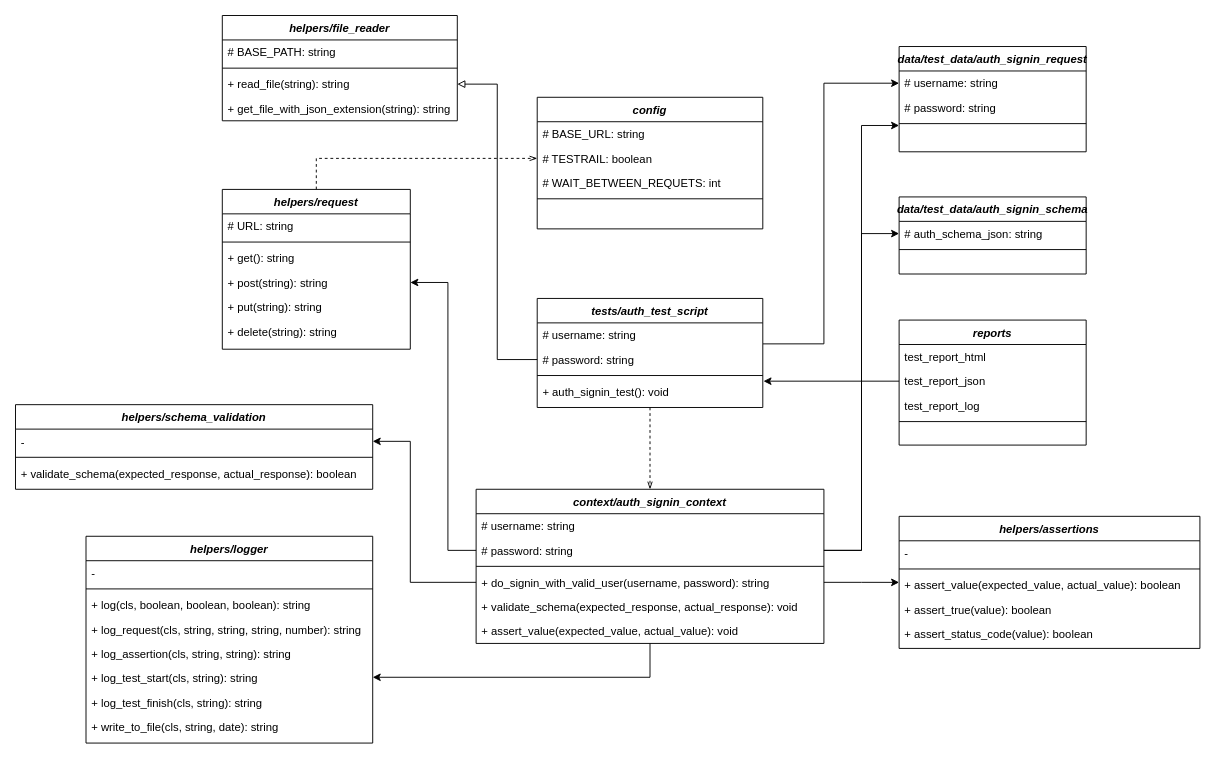
Before: Untitled Diagram.drawio in pravin79/CAFE-FOOD-HUB, a draw.io diagram. Source tidied: cells renumbered, new cells numbered last; positions are measured from the earlier drawing's top-left corner, leaving out a move shared by most shapes. Both pictures are drawn from the tidied source at 94%, with x=0, y=0 at pixel (15, 15).
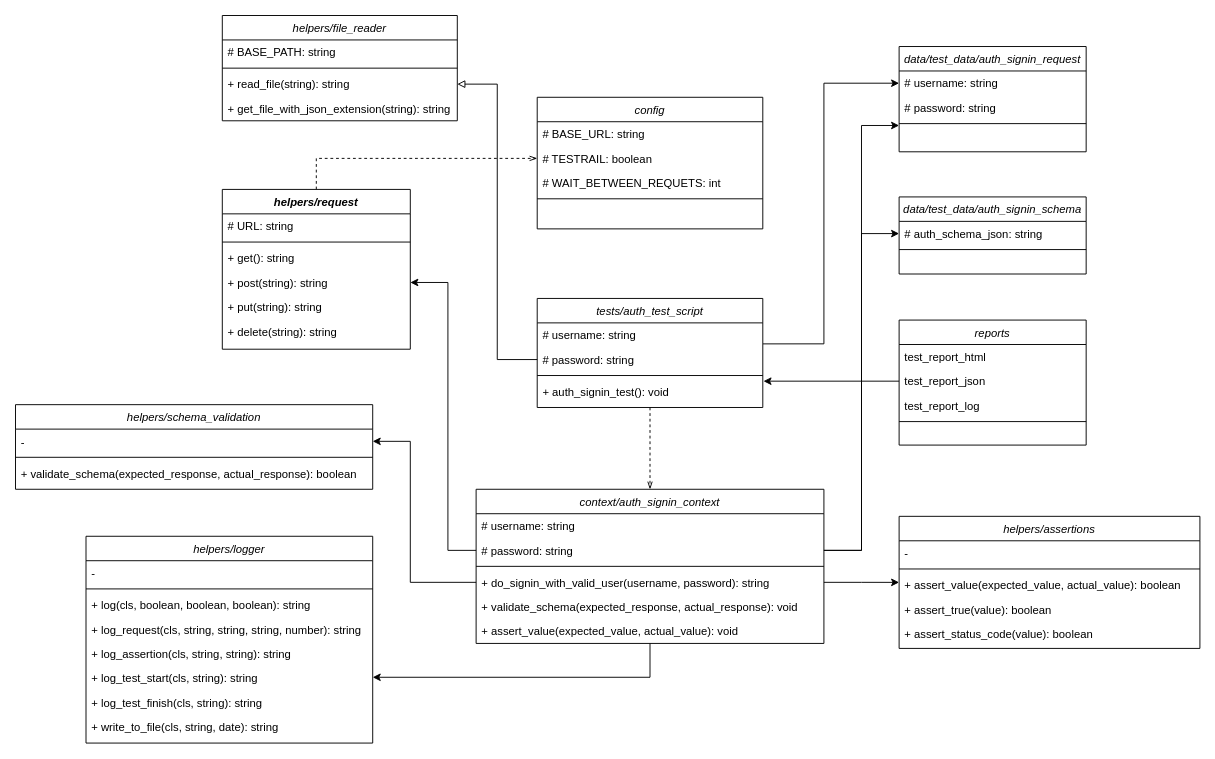
The same diagram, later.

What changed in the source:
```diff
@@
-    <mxCell id="2" value="config" style="swimlane;fontStyle=3;align=center;verticalAlign=top;horizontal=1;startSize=26;rounded=0;shadow=0;strokeWidth=1;" parent="1" vertex="1">
+    <mxCell id="2" value="config" style="swimlane;fontStyle=2;align=center;verticalAlign=top;horizontal=1;startSize=26;rounded=0;shadow=0;strokeWidth=1;" parent="1" vertex="1">
       <mxGeometry x="555" y="87" width="240" height="140" as="geometry" />
     </mxCell>
@@
-    <mxCell id="8" value="tests/auth_test_script" style="swimlane;fontStyle=3;align=center;verticalAlign=top;horizontal=1;startSize=26;rounded=0;shadow=0;strokeWidth=1;" parent="1" vertex="1">
+    <mxCell id="8" value="tests/auth_test_script" style="swimlane;fontStyle=2;align=center;verticalAlign=top;horizontal=1;startSize=26;rounded=0;shadow=0;strokeWidth=1;" parent="1" vertex="1">
       <mxGeometry x="555" y="301" width="240" height="116" as="geometry" />
     </mxCell>
@@
-    <mxCell id="21" value="helpers/logger" style="swimlane;fontStyle=3;align=center;verticalAlign=top;horizontal=1;startSize=26;rounded=0;shadow=0;strokeWidth=1;" parent="1" vertex="1">
+    <mxCell id="21" value="helpers/logger" style="swimlane;fontStyle=2;align=center;verticalAlign=top;horizontal=1;startSize=26;rounded=0;shadow=0;strokeWidth=1;" parent="1" vertex="1">
       <mxGeometry x="75" y="554" width="305" height="220" as="geometry" />
     </mxCell>
@@
-    <mxCell id="30" value="helpers/file_reader" style="swimlane;fontStyle=3;align=center;verticalAlign=top;horizontal=1;startSize=26;rounded=0;shadow=0;strokeWidth=1;" parent="1" vertex="1">
+    <mxCell id="30" value="helpers/file_reader" style="swimlane;fontStyle=2;align=center;verticalAlign=top;horizontal=1;startSize=26;rounded=0;shadow=0;strokeWidth=1;" parent="1" vertex="1">
       <mxGeometry x="220" width="250" height="112" as="geometry" />
     </mxCell>
@@
-    <mxCell id="35" value="data/test_data/auth_signin_request" style="swimlane;fontStyle=3;align=center;verticalAlign=top;horizontal=1;startSize=26;rounded=0;shadow=0;strokeWidth=1;" parent="1" vertex="1">
+    <mxCell id="35" value="data/test_data/auth_signin_request" style="swimlane;fontStyle=2;align=center;verticalAlign=top;horizontal=1;startSize=26;rounded=0;shadow=0;strokeWidth=1;" parent="1" vertex="1">
       <mxGeometry x="940" y="33" width="199" height="112" as="geometry" />
     </mxCell>
@@
-    <mxCell id="39" value="reports" style="swimlane;fontStyle=3;align=center;verticalAlign=top;horizontal=1;startSize=26;rounded=0;shadow=0;strokeWidth=1;" parent="1" vertex="1">
+    <mxCell id="39" value="reports" style="swimlane;fontStyle=2;align=center;verticalAlign=top;horizontal=1;startSize=26;rounded=0;shadow=0;strokeWidth=1;" parent="1" vertex="1">
       <mxGeometry x="940" y="324" width="199" height="133" as="geometry" />
     </mxCell>
@@
-    <mxCell id="44" value="data/test_data/auth_signin_schema" style="swimlane;fontStyle=3;align=center;verticalAlign=top;horizontal=1;startSize=26;rounded=0;shadow=0;strokeWidth=1;" parent="1" vertex="1">
+    <mxCell id="44" value="data/test_data/auth_signin_schema" style="swimlane;fontStyle=2;align=center;verticalAlign=top;horizontal=1;startSize=26;rounded=0;shadow=0;strokeWidth=1;" parent="1" vertex="1">
       <mxGeometry x="940" y="193" width="199" height="82" as="geometry" />
     </mxCell>
@@
-    <mxCell id="48" value="context/auth_signin_context" style="swimlane;fontStyle=3;align=center;verticalAlign=top;horizontal=1;startSize=26;rounded=0;shadow=0;strokeWidth=1;" parent="1" vertex="1">
+    <mxCell id="48" value="context/auth_signin_context" style="swimlane;fontStyle=2;align=center;verticalAlign=top;horizontal=1;startSize=26;rounded=0;shadow=0;strokeWidth=1;" parent="1" vertex="1">
       <mxGeometry x="490" y="504" width="370" height="164" as="geometry" />
     </mxCell>
@@
-    <mxCell id="57" value="helpers/assertions" style="swimlane;fontStyle=3;align=center;verticalAlign=top;horizontal=1;startSize=26;rounded=0;shadow=0;strokeWidth=1;" parent="1" vertex="1">
+    <mxCell id="57" value="helpers/assertions" style="swimlane;fontStyle=2;align=center;verticalAlign=top;horizontal=1;startSize=26;rounded=0;shadow=0;strokeWidth=1;" parent="1" vertex="1">
       <mxGeometry x="940" y="532.8" width="320" height="140.5" as="geometry" />
     </mxCell>
@@
-    <mxCell id="65" value="helpers/schema_validation" style="swimlane;fontStyle=3;align=center;verticalAlign=top;horizontal=1;startSize=26;rounded=0;shadow=0;strokeWidth=1;" parent="1" vertex="1">
+    <mxCell id="65" value="helpers/schema_validation" style="swimlane;fontStyle=2;align=center;verticalAlign=top;horizontal=1;startSize=26;rounded=0;shadow=0;strokeWidth=1;" parent="1" vertex="1">
       <mxGeometry y="414" width="380" height="90" as="geometry" />
     </mxCell>
```
